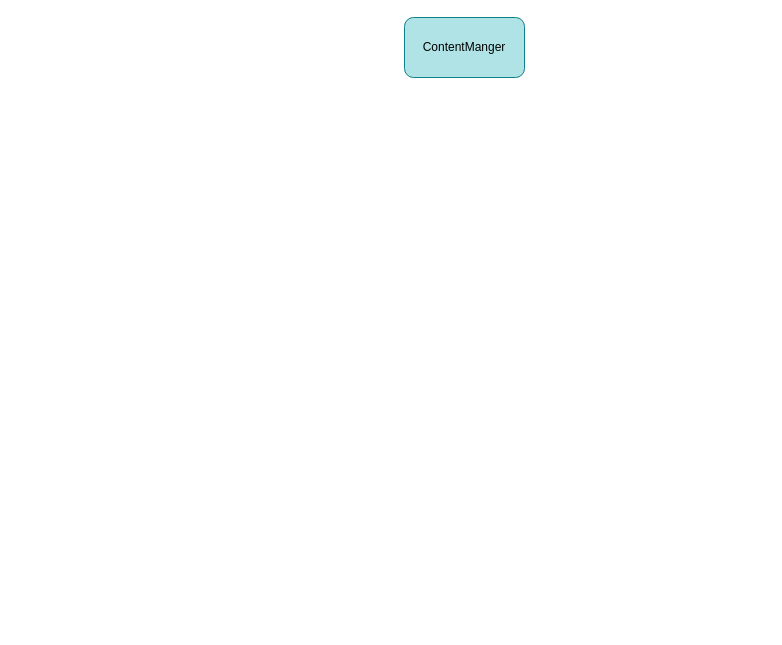
Earlier version of the draw.io diagram page "ContentManger" (5 of 6) of ErisPlayer_Documentation.drawio (Eris-Television/Eris-Player). Source tidied: cells renumbered, new cells numbered last; positions are measured from the earlier drawing's top-left corner, leaving out a move shared by most shapes. Both pictures are drawn from the tidied source at 100%, with x=0, y=0 at pixel (404, 17).
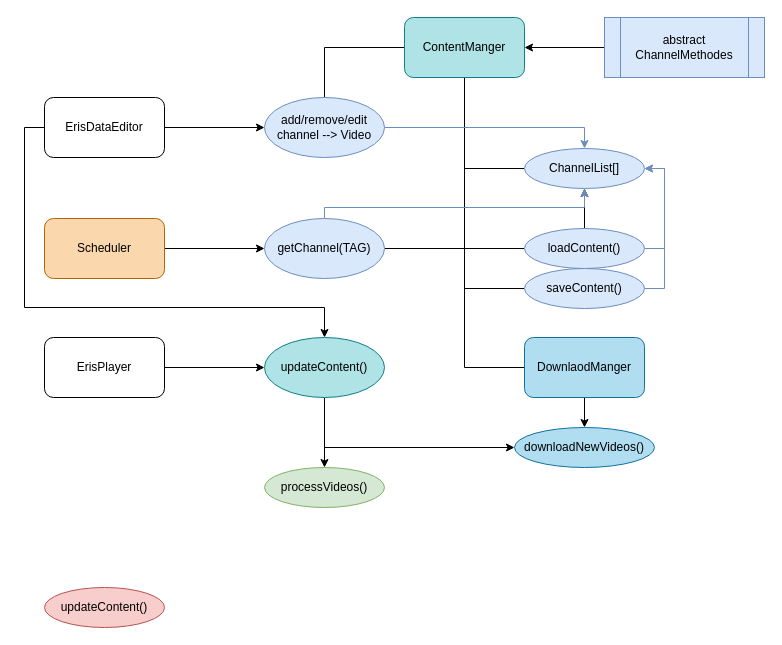
The same page after the edit.

Unchanged cells that the change refers to:
```xml
<mxCell id="2" value="ContentManger" style="rounded=1;whiteSpace=wrap;html=1;fillColor=#b0e3e6;strokeColor=#0e8088;" parent="1" vertex="1">
  <mxGeometry width="120" height="60" as="geometry" />
</mxCell>
```

Diff of the diagram source:
```diff
@@
+    <mxCell id="3" style="edgeStyle=orthogonalEdgeStyle;rounded=0;jettySize=auto;html=1;entryX=0;entryY=0.5;entryDx=0;entryDy=0;endArrow=none;endFill=0;" parent="1" edge="1" source="2" target="11">
+      <mxGeometry relative="1" as="geometry" />
+    </mxCell>
+    <mxCell id="4" style="edgeStyle=orthogonalEdgeStyle;rounded=0;jettySize=auto;html=1;entryX=0;entryY=0.5;entryDx=0;entryDy=0;endArrow=none;endFill=0;" parent="1" edge="1" source="2" target="14">
+      <mxGeometry relative="1" as="geometry" />
+    </mxCell>
+    <mxCell id="5" style="edgeStyle=orthogonalEdgeStyle;rounded=0;jettySize=auto;html=1;entryX=0;entryY=0.5;entryDx=0;entryDy=0;endArrow=none;endFill=0;" parent="1" edge="1" source="2" target="16">
+      <mxGeometry relative="1" as="geometry" />
+    </mxCell>
+    <mxCell id="6" style="edgeStyle=orthogonalEdgeStyle;rounded=0;jettySize=auto;html=1;entryX=0;entryY=0.5;entryDx=0;entryDy=0;endArrow=none;endFill=0;" parent="1" edge="1" source="2" target="10">
+      <mxGeometry relative="1" as="geometry" />
+    </mxCell>
+    <mxCell id="7" style="edgeStyle=orthogonalEdgeStyle;rounded=0;jettySize=auto;html=1;endArrow=none;endFill=0;" parent="1" edge="1" source="2" target="18">
+      <mxGeometry relative="1" as="geometry" />
+    </mxCell>
+    <mxCell id="8" style="edgeStyle=orthogonalEdgeStyle;rounded=0;jettySize=auto;html=1;endArrow=none;endFill=0;entryX=1;entryY=0.5;entryDx=0;entryDy=0;exitX=0.5;exitY=1;exitDx=0;exitDy=0;" parent="1" edge="1" source="2" target="30">
+      <mxGeometry relative="1" as="geometry" />
+    </mxCell>
@@
+    <mxCell id="9" style="edgeStyle=orthogonalEdgeStyle;rounded=0;jettySize=auto;html=1;endArrow=classic;endFill=1;" parent="1" edge="1" source="10" target="35">
+      <mxGeometry relative="1" as="geometry" />
+    </mxCell>
+    <mxCell id="10" value="DownlaodManger" style="rounded=1;whiteSpace=wrap;html=1;fillColor=#b1ddf0;strokeColor=#10739e;" parent="1" vertex="1">
+      <mxGeometry x="120" y="320" width="120" height="60" as="geometry" />
+    </mxCell>
+    <mxCell id="11" value="ChannelList[]" style="ellipse;whiteSpace=wrap;html=1;fillColor=#dae8fc;strokeColor=#6c8ebf;" parent="1" vertex="1">
+      <mxGeometry x="120" y="131" width="120" height="40" as="geometry" />
+    </mxCell>
+    <mxCell id="12" style="edgeStyle=orthogonalEdgeStyle;rounded=0;jettySize=auto;html=1;entryX=1;entryY=0.5;entryDx=0;entryDy=0;exitX=1;exitY=0.5;exitDx=0;exitDy=0;fillColor=#dae8fc;strokeColor=#6c8ebf;" parent="1" edge="1" source="14" target="11">
+      <mxGeometry relative="1" as="geometry" />
+    </mxCell>
+    <mxCell id="13" style="edgeStyle=orthogonalEdgeStyle;rounded=0;jettySize=auto;html=1;endArrow=classic;endFill=1;" parent="1" edge="1" source="14" target="11">
+      <mxGeometry relative="1" as="geometry" />
+    </mxCell>
+    <mxCell id="14" value="loadContent()" style="ellipse;whiteSpace=wrap;html=1;fillColor=#dae8fc;strokeColor=#6c8ebf;" parent="1" vertex="1">
+      <mxGeometry x="120" y="211" width="120" height="40" as="geometry" />
+    </mxCell>
+    <mxCell id="15" style="edgeStyle=orthogonalEdgeStyle;rounded=0;jettySize=auto;html=1;entryX=1;entryY=0.5;entryDx=0;entryDy=0;endArrow=classic;endFill=1;exitX=1;exitY=0.5;exitDx=0;exitDy=0;fillColor=#dae8fc;strokeColor=#6c8ebf;" parent="1" edge="1" source="16" target="11">
+      <mxGeometry relative="1" as="geometry" />
+    </mxCell>
+    <mxCell id="16" value="saveContent()" style="ellipse;whiteSpace=wrap;html=1;fillColor=#dae8fc;strokeColor=#6c8ebf;" parent="1" vertex="1">
+      <mxGeometry x="120" y="251" width="120" height="40" as="geometry" />
+    </mxCell>
+    <mxCell id="17" style="edgeStyle=orthogonalEdgeStyle;rounded=0;jettySize=auto;html=1;endArrow=classic;endFill=1;entryX=0.5;entryY=0;entryDx=0;entryDy=0;fillColor=#dae8fc;strokeColor=#6c8ebf;" parent="1" edge="1" source="18" target="11">
+      <mxGeometry relative="1" as="geometry" />
+    </mxCell>
+    <mxCell id="18" value="add/remove/edit&lt;br&gt;channel --&amp;gt; Video&lt;br&gt;" style="ellipse;whiteSpace=wrap;html=1;fillColor=#dae8fc;strokeColor=#6c8ebf;" parent="1" vertex="1">
+      <mxGeometry x="-140" y="80" width="120" height="60" as="geometry" />
+    </mxCell>
+    <mxCell id="19" style="edgeStyle=orthogonalEdgeStyle;rounded=0;jettySize=auto;html=1;entryX=1;entryY=0.5;entryDx=0;entryDy=0;endArrow=classic;endFill=1;" parent="1" edge="1" source="20" target="2">
+      <mxGeometry relative="1" as="geometry" />
+    </mxCell>
+    <mxCell id="20" value="abstract&lt;br&gt;ChannelMethodes" style="shape=process;whiteSpace=wrap;html=1;backgroundOutline=1;fillColor=#dae8fc;strokeColor=#6c8ebf;" parent="1" vertex="1">
+      <mxGeometry x="200" width="160" height="60" as="geometry" />
+    </mxCell>
+    <mxCell id="21" style="edgeStyle=orthogonalEdgeStyle;rounded=0;jettySize=auto;html=1;entryX=0;entryY=0.5;entryDx=0;entryDy=0;endArrow=classic;endFill=1;" parent="1" edge="1" source="23" target="18">
+      <mxGeometry relative="1" as="geometry" />
+    </mxCell>
+    <mxCell id="22" style="edgeStyle=orthogonalEdgeStyle;rounded=0;jettySize=auto;html=1;entryX=0.5;entryY=0;entryDx=0;entryDy=0;endArrow=classic;endFill=1;" parent="1" edge="1" source="23" target="28">
+      <mxGeometry relative="1" as="geometry">
+        <Array as="points">
+          <mxPoint x="-380" y="110" />
+          <mxPoint x="-380" y="290" />
+          <mxPoint x="-80" y="290" />
+        </Array>
+      </mxGeometry>
+    </mxCell>
+    <mxCell id="23" value="ErisDataEditor" style="rounded=1;whiteSpace=wrap;html=1;" parent="1" vertex="1">
+      <mxGeometry x="-360" y="80" width="120" height="60" as="geometry" />
+    </mxCell>
+    <mxCell id="24" style="edgeStyle=orthogonalEdgeStyle;rounded=0;jettySize=auto;html=1;entryX=0;entryY=0.5;entryDx=0;entryDy=0;endArrow=classic;endFill=1;" parent="1" edge="1" source="25" target="30">
+      <mxGeometry relative="1" as="geometry" />
+    </mxCell>
+    <mxCell id="25" value="Scheduler" style="rounded=1;whiteSpace=wrap;html=1;fillColor=#fad7ac;strokeColor=#b46504;" parent="1" vertex="1">
+      <mxGeometry x="-360" y="201" width="120" height="60" as="geometry" />
+    </mxCell>
+    <mxCell id="26" style="edgeStyle=orthogonalEdgeStyle;rounded=0;jettySize=auto;html=1;endArrow=classic;endFill=1;" parent="1" edge="1" source="28" target="31">
+      <mxGeometry relative="1" as="geometry" />
+    </mxCell>
+    <mxCell id="27" style="edgeStyle=orthogonalEdgeStyle;rounded=0;jettySize=auto;html=1;entryX=0;entryY=0.5;entryDx=0;entryDy=0;endArrow=classic;endFill=1;" parent="1" edge="1" source="28" target="35">
+      <mxGeometry relative="1" as="geometry">
+        <Array as="points">
+          <mxPoint x="-80" y="430" />
+        </Array>
+      </mxGeometry>
+    </mxCell>
+    <mxCell id="28" value="updateContent()" style="ellipse;whiteSpace=wrap;html=1;fillColor=#b0e3e6;strokeColor=#0e8088;" parent="1" vertex="1">
+      <mxGeometry x="-140" y="320" width="120" height="60" as="geometry" />
+    </mxCell>
+    <mxCell id="29" style="edgeStyle=orthogonalEdgeStyle;rounded=0;jettySize=auto;html=1;endArrow=classic;endFill=1;fillColor=#dae8fc;strokeColor=#6c8ebf;" parent="1" edge="1" source="30" target="11">
+      <mxGeometry relative="1" as="geometry">
+        <Array as="points">
+          <mxPoint x="-80" y="190" />
+          <mxPoint x="180" y="190" />
+        </Array>
+      </mxGeometry>
+    </mxCell>
+    <mxCell id="30" value="getChannel(TAG)" style="ellipse;whiteSpace=wrap;html=1;fillColor=#dae8fc;strokeColor=#6c8ebf;" parent="1" vertex="1">
+      <mxGeometry x="-140" y="201" width="120" height="60" as="geometry" />
+    </mxCell>
+    <mxCell id="31" value="processVideos()" style="ellipse;whiteSpace=wrap;html=1;fillColor=#d5e8d4;strokeColor=#82b366;" parent="1" vertex="1">
+      <mxGeometry x="-140" y="450" width="120" height="40" as="geometry" />
+    </mxCell>
+    <mxCell id="32" style="edgeStyle=orthogonalEdgeStyle;rounded=0;jettySize=auto;html=1;endArrow=classic;endFill=1;" parent="1" edge="1" source="33" target="28">
+      <mxGeometry relative="1" as="geometry" />
+    </mxCell>
+    <mxCell id="33" value="ErisPlayer" style="rounded=1;whiteSpace=wrap;html=1;" parent="1" vertex="1">
+      <mxGeometry x="-360" y="320" width="120" height="60" as="geometry" />
+    </mxCell>
+    <mxCell id="34" value="updateContent()" style="ellipse;whiteSpace=wrap;html=1;fillColor=#f8cecc;strokeColor=#b85450;" parent="1" vertex="1">
+      <mxGeometry x="-360" y="570" width="120" height="40" as="geometry" />
+    </mxCell>
+    <mxCell id="35" value="downloadNewVideos()" style="ellipse;whiteSpace=wrap;html=1;fillColor=#b1ddf0;strokeColor=#10739e;" parent="1" vertex="1">
+      <mxGeometry x="110" y="410" width="140" height="40" as="geometry" />
+    </mxCell>
```
